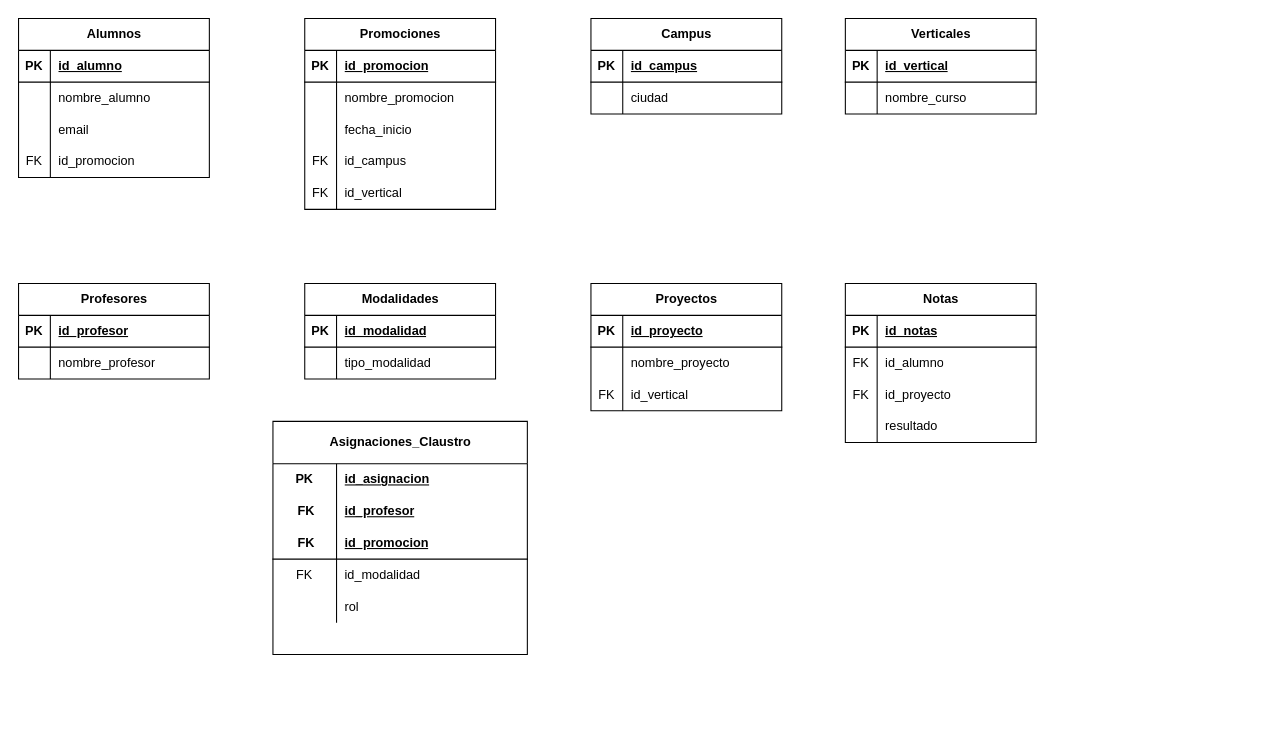
pablo-droid/proyecto_sql_noviembre keeps this draw.io diagram as page "MODELO_LOGICO" (1 of 2) of modelo-diagrama.drawio. Above is the earlier version. Source tidied: cells renumbered, new cells numbered last; positions are measured from the earlier drawing's top-left corner, leaving out a move shared by most shapes. Both pictures are drawn from the tidied source at 106%, with x=0, y=0 at pixel (18, 18).
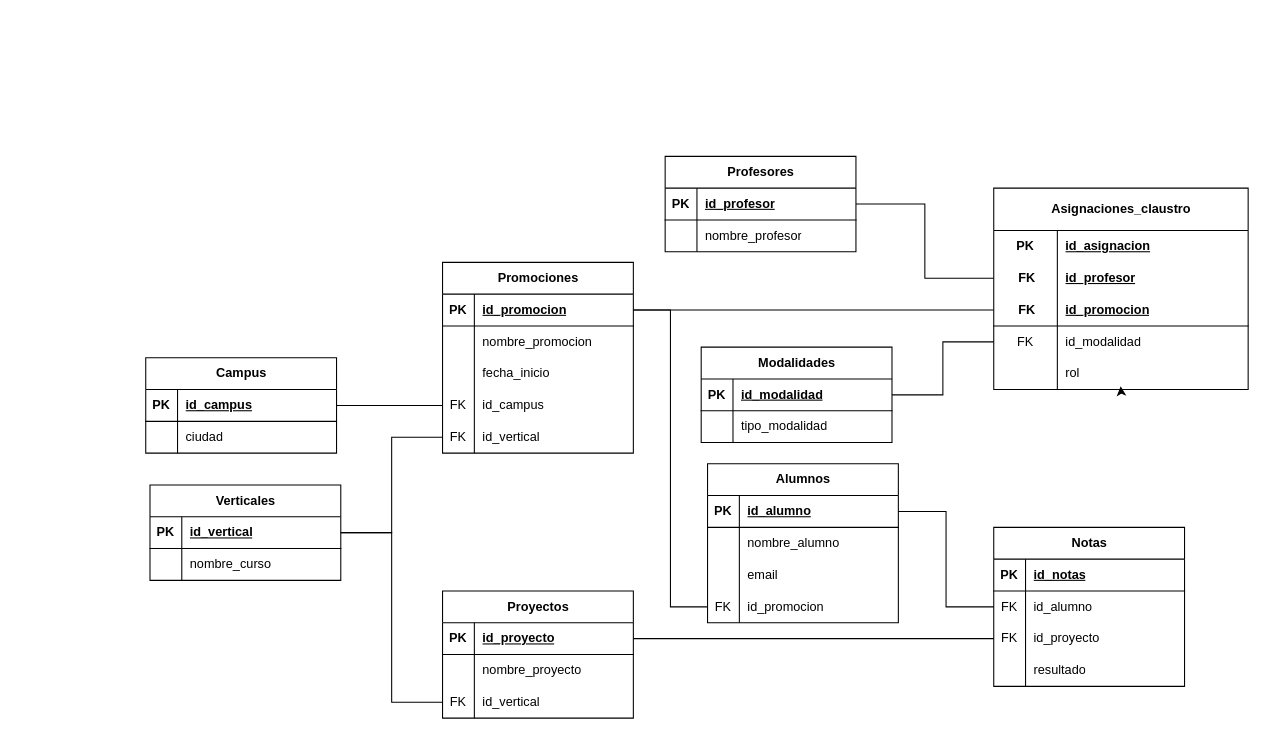
After the change.

Unchanged cells that the change refers to:
```xml
<mxCell id="3" style="shape=tableRow;horizontal=0;startSize=0;swimlaneHead=0;swimlaneBody=0;fillColor=none;points=[[0,0.5],[1,0.5]];portConstraint=eastwest;top=0;left=0;right=0;bottom=1;" parent="2" vertex="1">
  <mxGeometry y="30" width="180" height="30" as="geometry" />
</mxCell>
<mxCell id="12" style="shape=tableRow;horizontal=0;startSize=0;swimlaneHead=0;swimlaneBody=0;fillColor=none;points=[[0,0.5],[1,0.5]];portConstraint=eastwest;top=0;left=0;right=0;bottom=0;" parent="2" vertex="1">
  <mxGeometry y="120" width="180" height="30" as="geometry" />
</mxCell>
<mxCell id="16" style="shape=tableRow;horizontal=0;startSize=0;swimlaneHead=0;swimlaneBody=0;fillColor=none;points=[[0,0.5],[1,0.5]];portConstraint=eastwest;top=0;left=0;right=0;bottom=1;" parent="15" vertex="1">
  <mxGeometry y="30" width="180" height="30" as="geometry" />
</mxCell>
<mxCell id="25" style="shape=tableRow;horizontal=0;startSize=0;swimlaneHead=0;swimlaneBody=0;fillColor=none;points=[[0,0.5],[1,0.5]];portConstraint=eastwest;top=0;left=0;right=0;bottom=0;" parent="15" vertex="1">
  <mxGeometry y="120" width="180" height="30" as="geometry" />
</mxCell>
<mxCell id="28" style="shape=tableRow;horizontal=0;startSize=0;swimlaneHead=0;swimlaneBody=0;fillColor=none;points=[[0,0.5],[1,0.5]];portConstraint=eastwest;top=0;left=0;right=0;bottom=0;" parent="15" vertex="1">
  <mxGeometry y="150" width="180" height="30" as="geometry" />
</mxCell>
<mxCell id="32" style="shape=tableRow;horizontal=0;startSize=0;swimlaneHead=0;swimlaneBody=0;fillColor=none;points=[[0,0.5],[1,0.5]];portConstraint=eastwest;top=0;left=0;right=0;bottom=1;" parent="31" vertex="1">
  <mxGeometry y="30" width="180" height="30" as="geometry" />
</mxCell>
<mxCell id="39" style="shape=tableRow;horizontal=0;startSize=0;swimlaneHead=0;swimlaneBody=0;fillColor=none;points=[[0,0.5],[1,0.5]];portConstraint=eastwest;top=0;left=0;right=0;bottom=1;" parent="38" vertex="1">
  <mxGeometry y="30" width="180" height="30" as="geometry" />
</mxCell>
<mxCell id="46" style="shape=tableRow;horizontal=0;startSize=0;swimlaneHead=0;swimlaneBody=0;fillColor=none;points=[[0,0.5],[1,0.5]];portConstraint=eastwest;top=0;left=0;right=0;bottom=1;" parent="45" vertex="1">
  <mxGeometry y="30" width="180" height="30" as="geometry" />
</mxCell>
<mxCell id="53" style="shape=tableRow;horizontal=0;startSize=0;swimlaneHead=0;swimlaneBody=0;fillColor=none;points=[[0,0.5],[1,0.5]];portConstraint=eastwest;top=0;left=0;right=0;bottom=1;" parent="52" vertex="1">
  <mxGeometry y="30" width="180" height="30" as="geometry" />
</mxCell>
<mxCell id="60" style="shape=tableRow;horizontal=0;startSize=0;swimlaneHead=0;swimlaneBody=0;fillColor=none;points=[[0,0.5],[1,0.5]];portConstraint=eastwest;top=0;left=0;right=0;bottom=1;" parent="59" vertex="1">
  <mxGeometry y="30" width="180" height="30" as="geometry" />
</mxCell>
<mxCell id="66" style="shape=tableRow;horizontal=0;startSize=0;swimlaneHead=0;swimlaneBody=0;fillColor=none;points=[[0,0.5],[1,0.5]];portConstraint=eastwest;top=0;left=0;right=0;bottom=0;" parent="59" vertex="1">
  <mxGeometry y="90" width="180" height="30" as="geometry" />
</mxCell>
<mxCell id="73" style="shape=tableRow;horizontal=0;startSize=0;swimlaneHead=0;swimlaneBody=0;fillColor=none;points=[[0,0.5],[1,0.5]];portConstraint=eastwest;top=0;left=0;right=0;bottom=0;" parent="69" vertex="1">
  <mxGeometry y="60" width="180" height="30" as="geometry" />
</mxCell>
<mxCell id="76" style="shape=tableRow;horizontal=0;startSize=0;swimlaneHead=0;swimlaneBody=0;fillColor=none;points=[[0,0.5],[1,0.5]];portConstraint=eastwest;top=0;left=0;right=0;bottom=0;" parent="69" vertex="1">
  <mxGeometry y="90" width="180" height="30" as="geometry" />
</mxCell>
<mxCell id="86" style="shape=tableRow;horizontal=0;startSize=0;swimlaneHead=0;swimlaneBody=0;fillColor=none;points=[[0,0.5],[1,0.5]];portConstraint=eastwest;top=0;left=0;right=0;bottom=0;" parent="82" vertex="1">
  <mxGeometry y="70" width="240" height="30" as="geometry" />
</mxCell>
<mxCell id="89" style="shape=tableRow;horizontal=0;startSize=0;swimlaneHead=0;swimlaneBody=0;fillColor=none;points=[[0,0.5],[1,0.5]];portConstraint=eastwest;top=0;left=0;right=0;bottom=1;" parent="82" vertex="1">
  <mxGeometry y="100" width="240" height="30" as="geometry" />
</mxCell>
<mxCell id="92" style="shape=tableRow;horizontal=0;startSize=0;swimlaneHead=0;swimlaneBody=0;fillColor=none;points=[[0,0.5],[1,0.5]];portConstraint=eastwest;top=0;left=0;right=0;bottom=0;" parent="82" vertex="1">
  <mxGeometry y="130" width="240" height="30" as="geometry" />
</mxCell>
<mxCell id="95" style="shape=tableRow;horizontal=0;startSize=0;swimlaneHead=0;swimlaneBody=0;fillColor=none;points=[[0,0.5],[1,0.5]];portConstraint=eastwest;top=0;left=0;right=0;bottom=0;" parent="82" vertex="1">
  <mxGeometry y="160" width="240" height="30" as="geometry" />
</mxCell>
```

Diff of the diagram source:
```diff
@@
     <mxCell id="2" value="Alumnos" style="shape=table;startSize=30;childLayout=tableLayout;rowLines=0;fontStyle=1;align=center;html=1;" parent="1" vertex="1">
-      <mxGeometry width="180" height="150" as="geometry" />
+      <mxGeometry x="650" y="420" width="180" height="150" as="geometry" />
     </mxCell>
@@
     <mxCell id="15" value="Promociones" style="shape=table;startSize=30;childLayout=tableLayout;rowLines=0;fontStyle=1;align=center;html=1;" parent="1" vertex="1">
-      <mxGeometry x="270" width="180" height="180" as="geometry" />
+      <mxGeometry x="400" y="230" width="180" height="180" as="geometry" />
     </mxCell>
@@
     <mxCell id="31" value="Campus" style="shape=table;startSize=30;childLayout=tableLayout;rowLines=0;fontStyle=1;align=center;html=1;" parent="1" vertex="1">
-      <mxGeometry x="540" width="180" height="90" as="geometry" />
+      <mxGeometry x="120" y="320" width="180" height="90" as="geometry" />
     </mxCell>
@@
     <mxCell id="38" value="Verticales" style="shape=table;startSize=30;childLayout=tableLayout;rowLines=0;fontStyle=1;align=center;html=1;" parent="1" vertex="1">
-      <mxGeometry x="780" width="180" height="90" as="geometry" />
+      <mxGeometry x="124" y="440" width="180" height="90" as="geometry" />
     </mxCell>
@@
     <mxCell id="45" value="Profesores" style="shape=table;startSize=30;childLayout=tableLayout;rowLines=0;fontStyle=1;align=center;html=1;" parent="1" vertex="1">
-      <mxGeometry y="250" width="180" height="90" as="geometry" />
+      <mxGeometry x="610" y="130" width="180" height="90" as="geometry" />
     </mxCell>
@@
     <mxCell id="52" value="Modalidades" style="shape=table;startSize=30;childLayout=tableLayout;rowLines=0;fontStyle=1;align=center;html=1;" parent="1" vertex="1">
-      <mxGeometry x="270" y="250" width="180" height="90" as="geometry" />
+      <mxGeometry x="644" y="310" width="180" height="90" as="geometry" />
     </mxCell>
@@
     <mxCell id="59" value="Proyectos" style="shape=table;startSize=30;childLayout=tableLayout;rowLines=0;fontStyle=1;align=center;html=1;" parent="1" vertex="1">
-      <mxGeometry x="540" y="250" width="180" height="120" as="geometry" />
+      <mxGeometry x="400" y="540" width="180" height="120" as="geometry" />
     </mxCell>
@@
     <mxCell id="69" value="Notas" style="shape=table;startSize=30;childLayout=tableLayout;rowLines=0;fontStyle=1;align=center;html=1;" parent="1" vertex="1">
-      <mxGeometry x="780" y="250" width="180" height="150" as="geometry" />
+      <mxGeometry x="920" y="480" width="180" height="150" as="geometry" />
     </mxCell>
@@
-    <mxCell id="82" value="Asignaciones_Claustro" style="shape=table;startSize=40;childLayout=tableLayout;rowLines=0;fontStyle=1;align=center;html=1;" parent="1" vertex="1">
-      <mxGeometry x="240" y="380" width="240" height="220" as="geometry" />
+    <mxCell id="82" value="Asignaciones_claustro" style="shape=table;startSize=40;childLayout=tableLayout;rowLines=0;fontStyle=1;align=center;html=1;" parent="1" vertex="1">
+      <mxGeometry x="920" y="160" width="240" height="190" as="geometry" />
     </mxCell>
@@
+    <mxCell id="98" style="edgeStyle=orthogonalEdgeStyle;rounded=0;jettySize=auto;html=1;exitX=0.5;exitY=1;exitDx=0;exitDy=0;entryX=0.499;entryY=0.9;entryDx=0;entryDy=0;entryPerimeter=0;defaultLabelBackgroundColor=page;labelPadding=0 4;" parent="82" edge="1" source="82" target="95">
+      <mxGeometry relative="1" as="geometry" />
+    </mxCell>
+    <mxCell id="99" style="edgeStyle=orthogonalEdgeStyle;rounded=0;jettySize=auto;html=1;exitX=1;exitY=0.5;exitDx=0;exitDy=0;entryX=0;entryY=0.5;entryDx=0;entryDy=0;defaultLabelBackgroundColor=page;labelPadding=0 4;endArrow=none;endFill=0;" parent="1" edge="1" source="3" target="73">
+      <mxGeometry relative="1" as="geometry" />
+    </mxCell>
+    <mxCell id="100" style="edgeStyle=orthogonalEdgeStyle;rounded=0;jettySize=auto;html=1;exitX=1;exitY=0.5;exitDx=0;exitDy=0;entryX=0;entryY=0.5;entryDx=0;entryDy=0;defaultLabelBackgroundColor=page;labelPadding=0 4;endArrow=none;endFill=0;" parent="1" edge="1" source="60" target="76">
+      <mxGeometry relative="1" as="geometry" />
+    </mxCell>
+    <mxCell id="101" style="edgeStyle=orthogonalEdgeStyle;rounded=0;jettySize=auto;html=1;exitX=1;exitY=0.5;exitDx=0;exitDy=0;entryX=0;entryY=0.5;entryDx=0;entryDy=0;defaultLabelBackgroundColor=page;labelPadding=0 4;endArrow=none;endFill=0;" parent="1" edge="1" source="39" target="66">
+      <mxGeometry relative="1" as="geometry" />
+    </mxCell>
+    <mxCell id="102" style="edgeStyle=orthogonalEdgeStyle;rounded=0;jettySize=auto;html=1;exitX=1;exitY=0.5;exitDx=0;exitDy=0;entryX=0;entryY=0.5;entryDx=0;entryDy=0;defaultLabelBackgroundColor=page;labelPadding=0 4;endArrow=none;endFill=0;" parent="1" edge="1" source="16" target="12">
+      <mxGeometry relative="1" as="geometry" />
+    </mxCell>
+    <mxCell id="103" style="edgeStyle=orthogonalEdgeStyle;rounded=0;jettySize=auto;html=1;exitX=1;exitY=0.5;exitDx=0;exitDy=0;entryX=0;entryY=0.5;entryDx=0;entryDy=0;defaultLabelBackgroundColor=page;labelPadding=0 4;endArrow=none;endFill=0;" parent="1" edge="1" source="32" target="25">
+      <mxGeometry relative="1" as="geometry" />
+    </mxCell>
+    <mxCell id="104" style="edgeStyle=orthogonalEdgeStyle;rounded=0;jettySize=auto;html=1;exitX=1;exitY=0.5;exitDx=0;exitDy=0;entryX=0;entryY=0.5;entryDx=0;entryDy=0;defaultLabelBackgroundColor=page;labelPadding=0 4;endArrow=none;endFill=0;" parent="1" edge="1" source="39" target="28">
+      <mxGeometry relative="1" as="geometry" />
+    </mxCell>
+    <mxCell id="105" style="edgeStyle=orthogonalEdgeStyle;rounded=0;jettySize=auto;html=1;exitX=1;exitY=0.5;exitDx=0;exitDy=0;entryX=0;entryY=0.5;entryDx=0;entryDy=0;defaultLabelBackgroundColor=page;labelPadding=0 4;endArrow=none;endFill=0;" parent="1" edge="1" source="53" target="92">
+      <mxGeometry relative="1" as="geometry" />
+    </mxCell>
+    <mxCell id="106" style="edgeStyle=orthogonalEdgeStyle;rounded=0;jettySize=auto;html=1;exitX=1;exitY=0.5;exitDx=0;exitDy=0;entryX=0;entryY=0.5;entryDx=0;entryDy=0;defaultLabelBackgroundColor=page;labelPadding=0 4;endArrow=none;endFill=0;" parent="1" edge="1" source="46" target="86">
+      <mxGeometry relative="1" as="geometry" />
+    </mxCell>
+    <mxCell id="107" style="edgeStyle=orthogonalEdgeStyle;rounded=0;jettySize=auto;html=1;exitX=1;exitY=0.5;exitDx=0;exitDy=0;entryX=0;entryY=0.5;entryDx=0;entryDy=0;defaultLabelBackgroundColor=page;labelPadding=0 4;endArrow=none;endFill=0;" parent="1" edge="1" source="16" target="89">
+      <mxGeometry relative="1" as="geometry" />
+    </mxCell>
```
